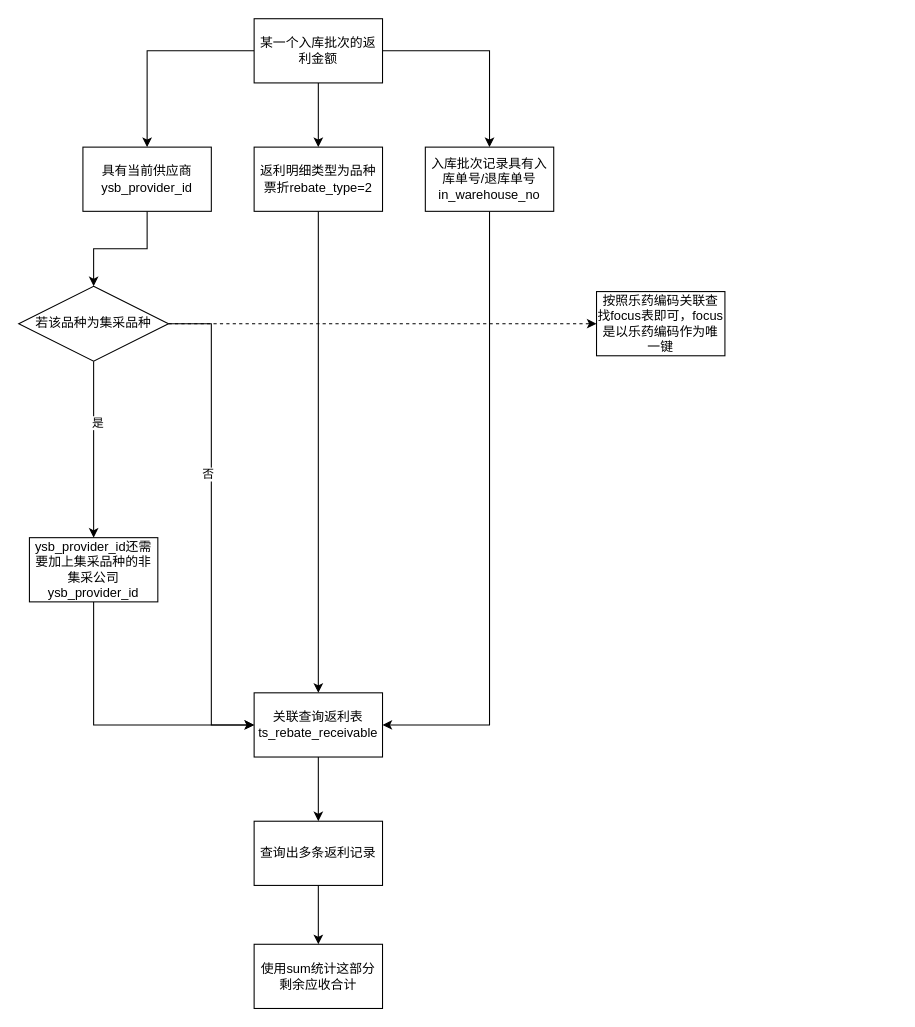
Before: gitskills/返利金额.drawio in benbenbo/learngit, a draw.io diagram. Source tidied: cells renumbered, new cells numbered last; positions are measured from the earlier drawing's top-left corner, leaving out a move shared by most shapes. Both pictures are drawn from the tidied source at 107%, with x=0, y=0 at pixel (18, 18).
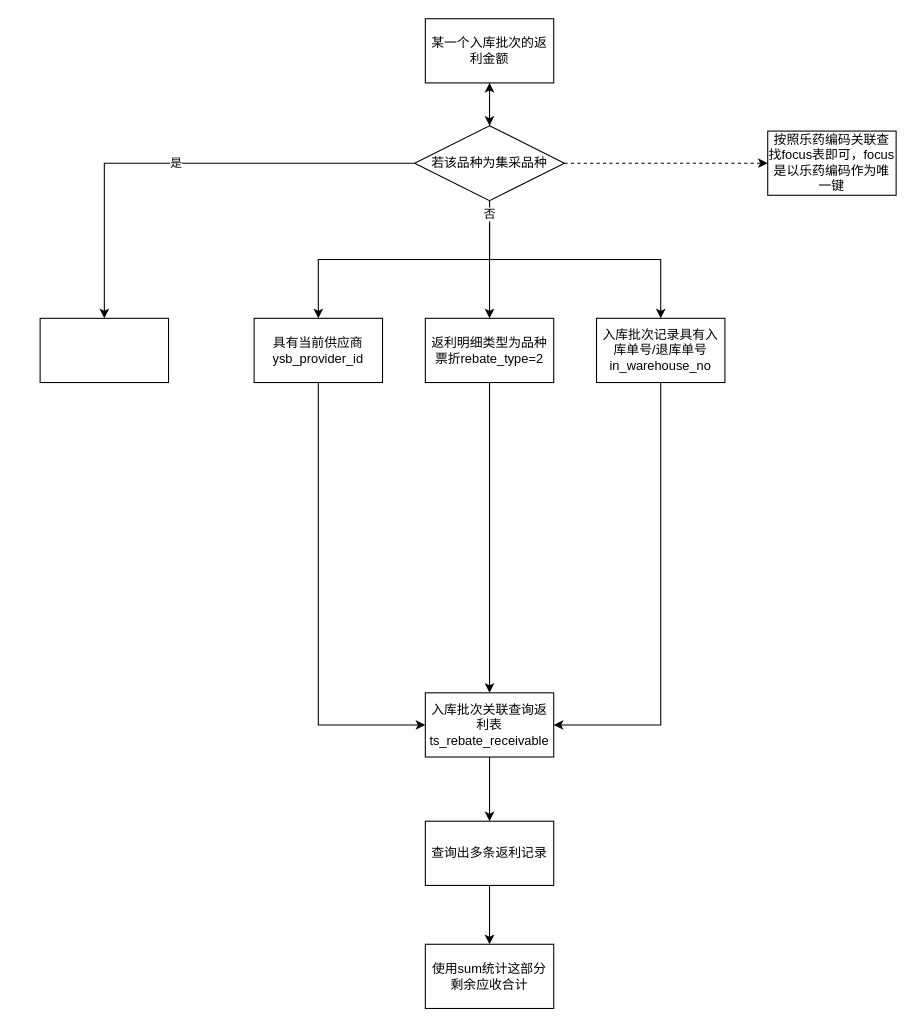
Above is the later version.

Commit message:
更新返利金额.drawio

The edit, as a diff of the source:
```diff
@@
-    <mxCell id="2" style="edgeStyle=orthogonalEdgeStyle;rounded=0;jettySize=auto;html=1;" parent="1" edge="1" source="5" target="7">
-      <mxGeometry relative="1" as="geometry" />
-    </mxCell>
-    <mxCell id="3" style="edgeStyle=orthogonalEdgeStyle;rounded=0;jettySize=auto;html=1;entryX=0.5;entryY=0;entryDx=0;entryDy=0;" parent="1" edge="1" source="5" target="9">
-      <mxGeometry relative="1" as="geometry" />
-    </mxCell>
-    <mxCell id="4" style="edgeStyle=orthogonalEdgeStyle;rounded=0;jettySize=auto;html=1;" parent="1" edge="1" source="5" target="11">
-      <mxGeometry relative="1" as="geometry" />
-    </mxCell>
+    <mxCell id="26" style="edgeStyle=orthogonalEdgeStyle;rounded=0;jettySize=auto;html=1;dashed=1;" parent="1" edge="1" source="5" target="24">
+      <mxGeometry relative="1" as="geometry" />
+    </mxCell>
     <mxCell id="5" value="某一个入库批次的返利金额" style="rounded=0;whiteSpace=wrap;html=1;" parent="1" vertex="1">
-      <mxGeometry x="220" width="120" height="60" as="geometry" />
+      <mxGeometry x="380" width="120" height="60" as="geometry" />
     </mxCell>
-    <mxCell id="6" style="edgeStyle=orthogonalEdgeStyle;rounded=0;jettySize=auto;html=1;entryX=0.5;entryY=0;entryDx=0;entryDy=0;" parent="1" edge="1" source="7" target="24">
-      <mxGeometry relative="1" as="geometry" />
-    </mxCell>
+    <mxCell id="27" style="edgeStyle=orthogonalEdgeStyle;rounded=0;jettySize=auto;html=1;entryX=0;entryY=0.5;entryDx=0;entryDy=0;" parent="1" edge="1" source="7" target="13">
+      <mxGeometry relative="1" as="geometry">
+        <Array as="points">
+          <mxPoint x="280" y="660" />
+        </Array>
+      </mxGeometry>
+    </mxCell>
     <mxCell id="7" value="具有当前供应商ysb_provider_id" style="rounded=0;whiteSpace=wrap;html=1;" parent="1" vertex="1">
-      <mxGeometry x="60" y="120" width="120" height="60" as="geometry" />
+      <mxGeometry x="220" y="280" width="120" height="60" as="geometry" />
     </mxCell>
@@
     <mxCell id="9" value="返利明细类型为品种票折rebate_type=2" style="rounded=0;whiteSpace=wrap;html=1;" parent="1" vertex="1">
-      <mxGeometry x="220" y="120" width="120" height="60" as="geometry" />
+      <mxGeometry x="380" y="280" width="120" height="60" as="geometry" />
     </mxCell>
     <mxCell id="10" style="edgeStyle=orthogonalEdgeStyle;rounded=0;jettySize=auto;html=1;entryX=1;entryY=0.5;entryDx=0;entryDy=0;" parent="1" edge="1" source="11" target="13">
       <mxGeometry relative="1" as="geometry">
         <Array as="points">
-          <mxPoint x="440" y="660" />
+          <mxPoint x="600" y="660" />
         </Array>
       </mxGeometry>
     </mxCell>
     <mxCell id="11" value="入库批次记录具有入库单号/退库单号in_warehouse_no" style="rounded=0;whiteSpace=wrap;html=1;" parent="1" vertex="1">
-      <mxGeometry x="380" y="120" width="120" height="60" as="geometry" />
+      <mxGeometry x="540" y="280" width="120" height="60" as="geometry" />
     </mxCell>
@@
-    <mxCell id="13" value="关联查询返利表ts_rebate_receivable" style="rounded=0;whiteSpace=wrap;html=1;" parent="1" vertex="1">
-      <mxGeometry x="220" y="630" width="120" height="60" as="geometry" />
+    <mxCell id="13" value="入库批次关联查询返利表ts_rebate_receivable" style="rounded=0;whiteSpace=wrap;html=1;" parent="1" vertex="1">
+      <mxGeometry x="380" y="630" width="120" height="60" as="geometry" />
     </mxCell>
@@
     <mxCell id="15" value="查询出多条返利记录" style="rounded=0;whiteSpace=wrap;html=1;" parent="1" vertex="1">
-      <mxGeometry x="220" y="750" width="120" height="60" as="geometry" />
+      <mxGeometry x="380" y="750" width="120" height="60" as="geometry" />
     </mxCell>
     <mxCell id="16" value="使用sum统计这部分剩余应收合计" style="rounded=0;whiteSpace=wrap;html=1;" parent="1" vertex="1">
-      <mxGeometry x="220" y="865" width="120" height="60" as="geometry" />
+      <mxGeometry x="380" y="865" width="120" height="60" as="geometry" />
     </mxCell>
-    <mxCell id="17" style="edgeStyle=orthogonalEdgeStyle;rounded=0;jettySize=auto;html=1;entryX=0;entryY=0.5;entryDx=0;entryDy=0;" parent="1" edge="1" source="18" target="13">
-      <mxGeometry relative="1" as="geometry">
-        <Array as="points">
-          <mxPoint x="70" y="660" />
-        </Array>
-      </mxGeometry>
-    </mxCell>
-    <mxCell id="18" value="ysb_provider_id还需要加上集采品种的非集采公司ysb_provider_id" style="rounded=0;whiteSpace=wrap;html=1;" parent="1" vertex="1">
-      <mxGeometry x="10" y="485" width="120" height="60" as="geometry" />
-    </mxCell>
-    <mxCell id="19" style="edgeStyle=orthogonalEdgeStyle;rounded=0;jettySize=auto;html=1;entryX=0.5;entryY=0;entryDx=0;entryDy=0;" parent="1" edge="1" source="24" target="18">
-      <mxGeometry relative="1" as="geometry" />
-    </mxCell>
+    <mxCell id="23" style="edgeStyle=orthogonalEdgeStyle;rounded=0;jettySize=auto;html=1;entryX=0;entryY=0.5;entryDx=0;entryDy=0;dashed=1;" parent="1" edge="1" source="24" target="25">
+      <mxGeometry relative="1" as="geometry" />
+    </mxCell>
+    <mxCell id="28" style="edgeStyle=orthogonalEdgeStyle;rounded=0;jettySize=auto;html=1;" parent="1" edge="1" source="24" target="5">
+      <mxGeometry relative="1" as="geometry" />
+    </mxCell>
+    <mxCell id="29" style="edgeStyle=orthogonalEdgeStyle;rounded=0;jettySize=auto;html=1;exitX=0.5;exitY=1;exitDx=0;exitDy=0;" parent="1" edge="1" source="24" target="7">
+      <mxGeometry relative="1" as="geometry" />
+    </mxCell>
+    <mxCell id="30" style="edgeStyle=orthogonalEdgeStyle;rounded=0;jettySize=auto;html=1;" parent="1" edge="1" source="24" target="9">
+      <mxGeometry relative="1" as="geometry" />
+    </mxCell>
+    <mxCell id="31" style="edgeStyle=orthogonalEdgeStyle;rounded=0;jettySize=auto;html=1;exitX=0.5;exitY=1;exitDx=0;exitDy=0;" parent="1" edge="1" source="24" target="11">
+      <mxGeometry relative="1" as="geometry" />
+    </mxCell>
+    <mxCell id="22" value="否" style="edgeLabel;html=1;align=center;verticalAlign=middle;" parent="31" vertex="1">
+      <mxGeometry x="-0.91" y="-1" relative="1" as="geometry" />
+    </mxCell>
+    <mxCell id="32" style="edgeStyle=orthogonalEdgeStyle;rounded=0;jettySize=auto;html=1;entryX=0.5;entryY=0;entryDx=0;entryDy=0;" parent="1" edge="1" source="24" target="33">
+      <mxGeometry relative="1" as="geometry" />
+    </mxCell>
-    <mxCell id="20" value="是" style="edgeLabel;html=1;align=center;verticalAlign=middle;" parent="19" vertex="1">
-      <mxGeometry x="-0.31" y="3" relative="1" as="geometry" />
+    <mxCell id="20" value="是" style="edgeLabel;html=1;align=center;verticalAlign=middle;" parent="32" vertex="1">
+      <mxGeometry x="0.03" y="-1" relative="1" as="geometry" />
     </mxCell>
-    <mxCell id="21" style="edgeStyle=orthogonalEdgeStyle;rounded=0;jettySize=auto;html=1;entryX=0;entryY=0.5;entryDx=0;entryDy=0;" parent="1" edge="1" source="24" target="13">
-      <mxGeometry relative="1" as="geometry" />
-    </mxCell>
-    <mxCell id="22" value="否" style="edgeLabel;html=1;align=center;verticalAlign=middle;" parent="21" vertex="1">
-      <mxGeometry x="-0.21" y="-4" relative="1" as="geometry" />
-    </mxCell>
-    <mxCell id="23" style="edgeStyle=orthogonalEdgeStyle;rounded=0;jettySize=auto;html=1;entryX=0;entryY=0.5;entryDx=0;entryDy=0;dashed=1;" parent="1" edge="1" source="24" target="25">
-      <mxGeometry relative="1" as="geometry" />
-    </mxCell>
     <mxCell id="24" value="&lt;span&gt;若该品种为集采品种&lt;/span&gt;" style="rhombus;whiteSpace=wrap;html=1;" parent="1" vertex="1">
-      <mxGeometry y="250" width="140" height="70" as="geometry" />
+      <mxGeometry x="370" y="100" width="140" height="70" as="geometry" />
     </mxCell>
     <mxCell id="25" value="按照乐药编码关联查找focus表即可，focus是以乐药编码作为唯一键" style="rounded=0;whiteSpace=wrap;html=1;" parent="1" vertex="1">
-      <mxGeometry x="540" y="255" width="120" height="60" as="geometry" />
+      <mxGeometry x="700" y="105" width="120" height="60" as="geometry" />
     </mxCell>
+    <mxCell id="33" style="rounded=0;whiteSpace=wrap;html=1;" parent="1" vertex="1">
+      <mxGeometry x="20" y="280" width="120" height="60" as="geometry" />
+    </mxCell>
```
